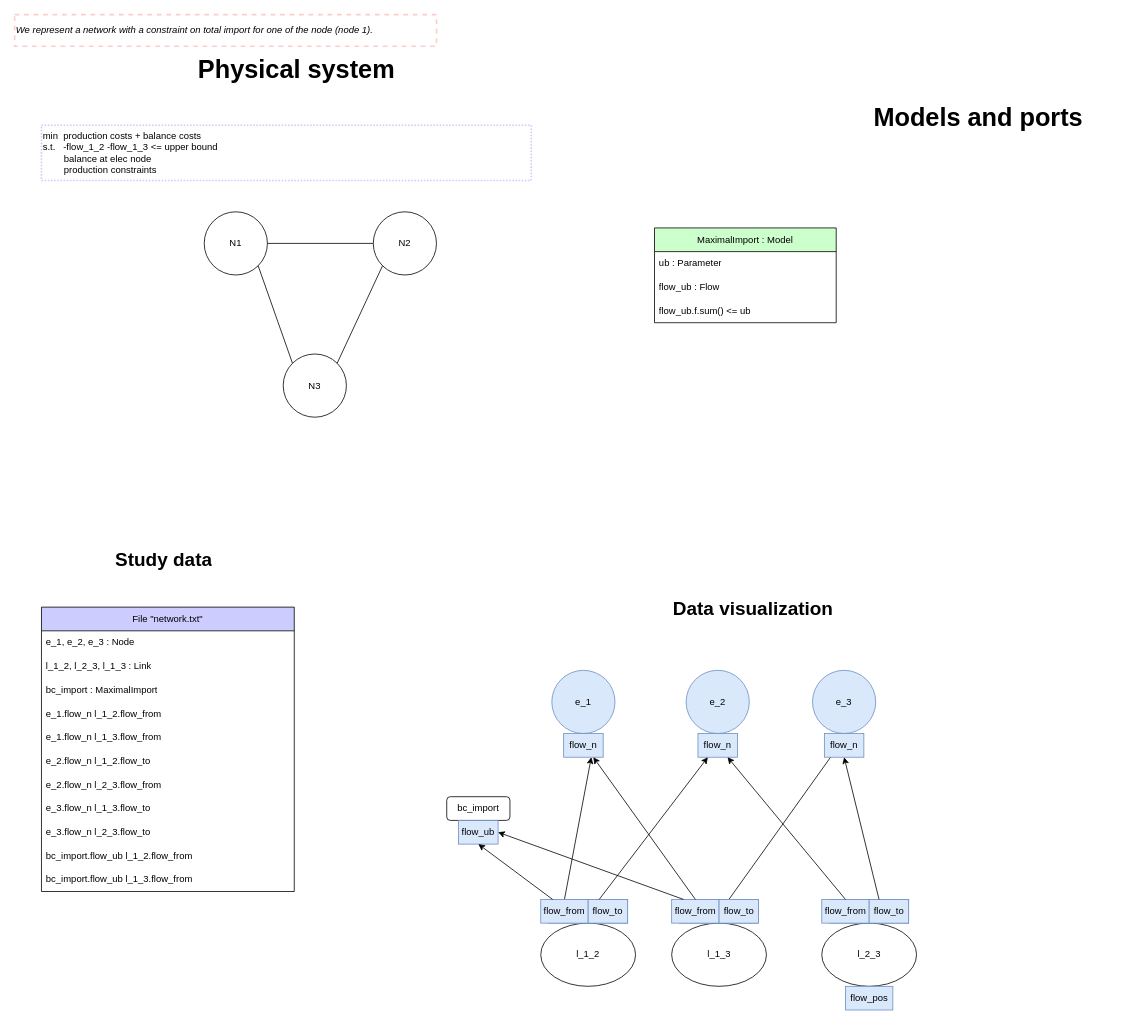
Earlier version of the draw.io diagram models-design/systems/bc_total_import.drawio (AntaresSimulatorTeam/andromede-modeling-prototype). Source tidied: cells renumbered, new cells numbered last; positions are measured from the earlier drawing's top-left corner, leaving out a move shared by most shapes. Both pictures are drawn from the tidied source at 79%, with x=0, y=0 at pixel (14, 14).
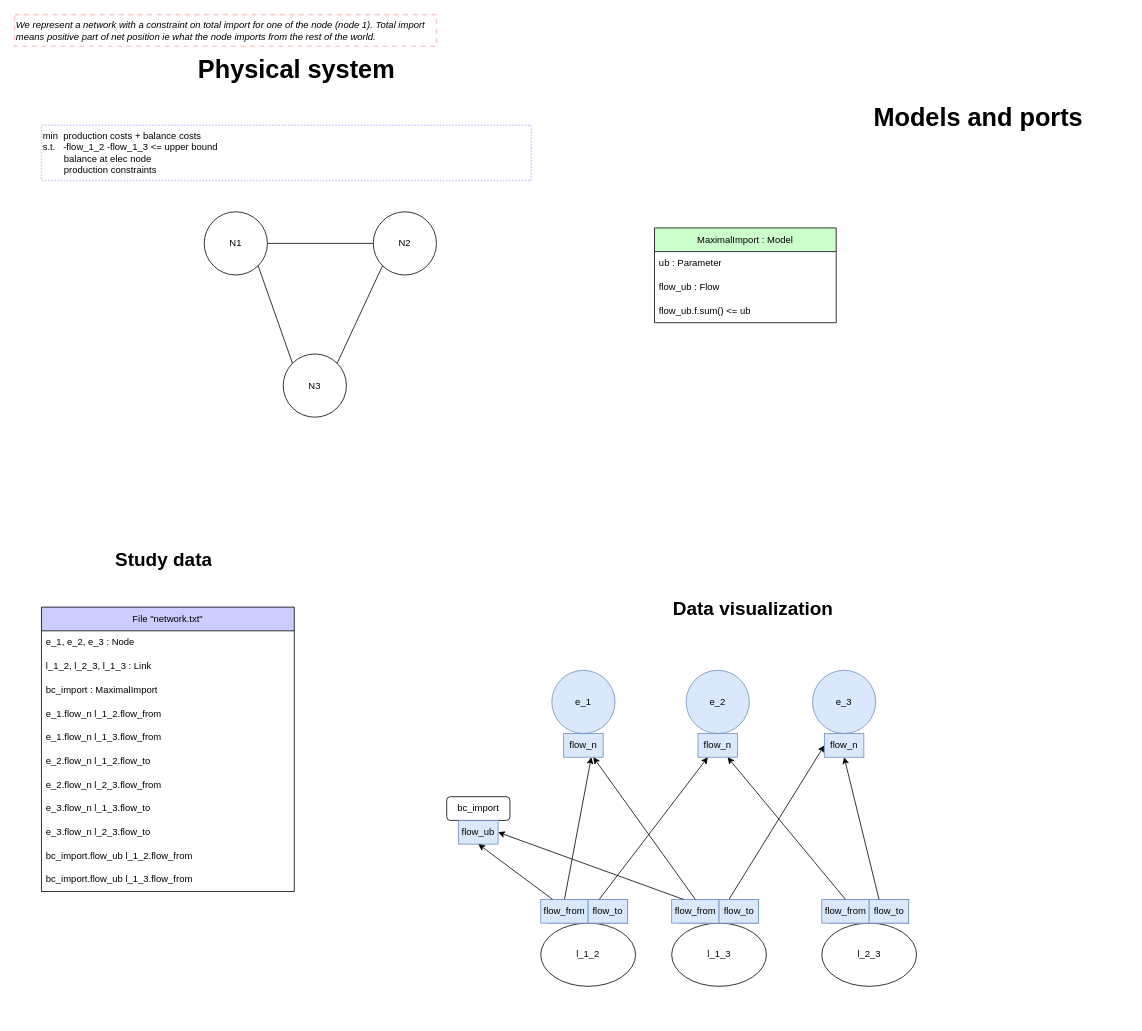
After the change.

Unchanged cells that the change refers to:
```xml
<mxCell id="14" value="flow_n" style="rounded=0;whiteSpace=wrap;html=1;fillColor=#dae8fc;strokeColor=#6c8ebf;" parent="12" vertex="1">
  <mxGeometry x="15" y="80" width="50" height="30" as="geometry" />
</mxCell>
<mxCell id="24" value="flow_to" style="rounded=0;whiteSpace=wrap;html=1;fillColor=#dae8fc;strokeColor=#6c8ebf;" parent="22" vertex="1">
  <mxGeometry x="50" width="50" height="30" as="geometry" />
</mxCell>
<mxCell id="25" style="group;" parent="1" vertex="1">
  <mxGeometry x="1021.7" y="1120" width="121.7" height="140" as="geometry" />
</mxCell>
```

The edit, as a diff of the source:
```diff
@@
-    <mxCell id="5" style="endArrow=classic;html=1;rounded=0;exitX=0.25;exitY=0;exitDx=0;exitDy=0;" parent="1" edge="1" source="24">
-      <mxGeometry relative="1" as="geometry">
-        <mxPoint x="1040" y="930" as="targetPoint" />
-      </mxGeometry>
+    <mxCell id="5" style="endArrow=classic;html=1;rounded=0;exitX=0.25;exitY=0;exitDx=0;exitDy=0;entryX=0;entryY=0.5;entryDx=0;entryDy=0;" parent="1" edge="1" source="24" target="14">
+      <mxGeometry relative="1" as="geometry" />
     </mxCell>
@@
-    <mxCell id="30" value="flow_pos" style="rounded=0;whiteSpace=wrap;html=1;fillColor=#dae8fc;strokeColor=#6c8ebf;" parent="25" vertex="1">
-      <mxGeometry x="30" y="110" width="60" height="30" as="geometry" />
-    </mxCell>
@@
-    <mxCell id="56" value="&lt;i&gt;We represent a network with a constraint on total import for one of the node (node 1).&lt;/i&gt;" style="text;html=1;strokeColor=#FFCCCC;fillColor=none;align=left;verticalAlign=middle;whiteSpace=wrap;rounded=0;dashed=1;strokeWidth=2;" parent="1" vertex="1">
+    <mxCell id="56" value="&lt;i&gt;We represent a network with a constraint on total import for one of the node (node 1). Total import means positive part of net position ie what the node imports from the rest of the world.&lt;/i&gt;" style="text;html=1;strokeColor=#FFCCCC;fillColor=none;align=left;verticalAlign=middle;whiteSpace=wrap;rounded=0;dashed=1;strokeWidth=2;" parent="1" vertex="1">
       <mxGeometry width="534" height="40" as="geometry" />
     </mxCell>
```
